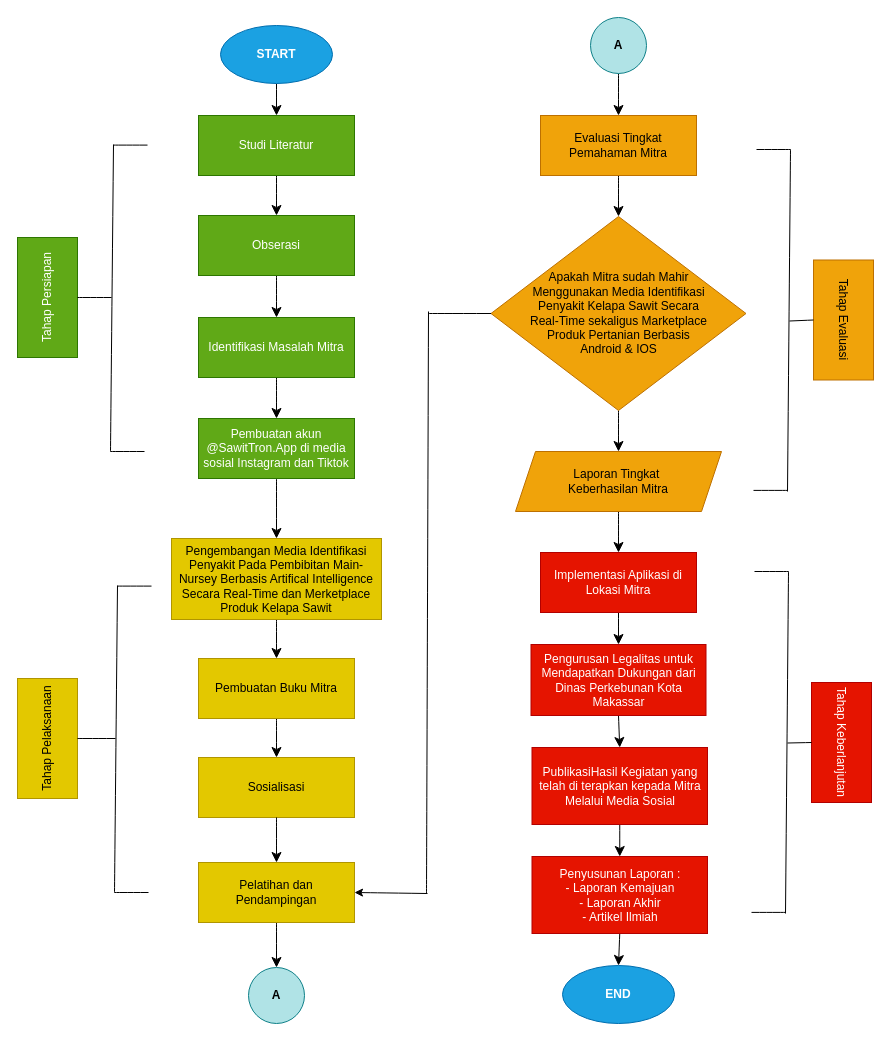
Earlier version of the draw.io diagram Metode Riset.drawio (NahwaKakaa/Draw.Io). Source tidied: cells renumbered, new cells numbered last; positions are measured from the earlier drawing's top-left corner, leaving out a move shared by most shapes. Both pictures are drawn from the tidied source at 100%, with x=0, y=0 at pixel (-13, 17).
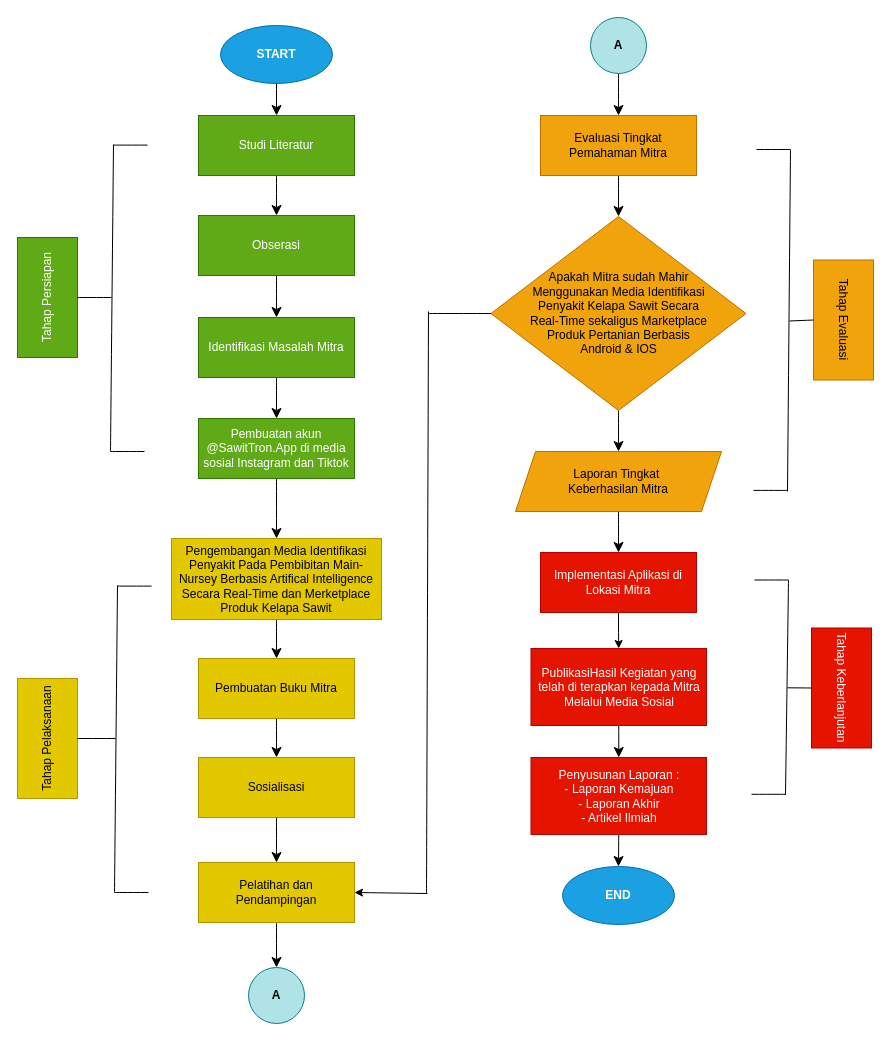
The same diagram, later.

The change refers to these unchanged cells:
```xml
<mxCell id="41" value="&lt;p&gt;Implementasi Aplikasi di Lokasi Mitra&lt;/p&gt;" style="rounded=0;whiteSpace=wrap;html=1;fillColor=#e51400;fontColor=#ffffff;strokeColor=#B20000;" parent="1" vertex="1">
  <mxGeometry x="553" y="535" width="156" height="60" as="geometry" />
</mxCell>
```

Change to the diagram source:
```diff
@@
-    <mxCell id="40" style="edgeStyle=none;curved=1;rounded=0;jettySize=auto;html=1;exitX=0.5;exitY=1;exitDx=0;exitDy=0;entryX=0.5;entryY=0;entryDx=0;entryDy=0;fontSize=12;startSize=8;endSize=8;" parent="1" edge="1" source="41" target="45">
-      <mxGeometry relative="1" as="geometry" />
-    </mxCell>
+    <mxCell id="65" style="edgeStyle=orthogonalEdgeStyle;rounded=0;jettySize=auto;html=1;" parent="1" edge="1" source="41" target="43">
+      <mxGeometry relative="1" as="geometry" />
+    </mxCell>
@@
     <mxCell id="43" value="&lt;p&gt;PublikasiHasil Kegiatan yang telah di terapkan kepada Mitra Melalui Media Sosial&lt;/p&gt;" style="rounded=0;whiteSpace=wrap;html=1;fillColor=#e51400;fontColor=#ffffff;strokeColor=#B20000;" parent="1" vertex="1">
-      <mxGeometry x="544.5" y="730" width="175.5" height="77" as="geometry" />
+      <mxGeometry x="543.5" y="631" width="175.5" height="77" as="geometry" />
     </mxCell>
-    <mxCell id="44" style="edgeStyle=none;curved=1;rounded=0;jettySize=auto;html=1;exitX=0.5;exitY=1;exitDx=0;exitDy=0;entryX=0.5;entryY=0;entryDx=0;entryDy=0;fontSize=12;startSize=8;endSize=8;" parent="1" edge="1" source="45" target="43">
-      <mxGeometry relative="1" as="geometry" />
-    </mxCell>
-    <mxCell id="45" value="&lt;p&gt;Pengurusan Legalitas untuk Mendapatkan Dukungan dari Dinas Perkebunan Kota Makassar&lt;/p&gt;" style="rounded=0;whiteSpace=wrap;html=1;fillColor=#e51400;fontColor=#ffffff;strokeColor=#B20000;" parent="1" vertex="1">
-      <mxGeometry x="543.5" y="627" width="175" height="71" as="geometry" />
-    </mxCell>
@@
     <mxCell id="47" value="&lt;p&gt;&lt;font style=&quot;color: rgb(255, 255, 255);&quot;&gt;Penyusunan Laporan :&lt;br&gt;&lt;/font&gt;&lt;font style=&quot;color: rgb(255, 255, 255);&quot;&gt;&lt;span style=&quot;background-color: transparent; font-weight: normal;&quot;&gt;- Laporan Kemajuan&lt;br&gt;&lt;/span&gt;&lt;/font&gt;&lt;font style=&quot;color: rgb(255, 255, 255);&quot;&gt;&lt;span style=&quot;background-color: transparent; font-weight: normal;&quot;&gt;- Laporan Akhir&lt;br&gt;&lt;/span&gt;&lt;/font&gt;&lt;font style=&quot;color: rgb(255, 255, 255);&quot;&gt;&lt;span style=&quot;background-color: transparent; font-weight: normal;&quot;&gt;- Artikel Ilmiah&lt;/span&gt;&lt;/font&gt;&lt;/p&gt;" style="rounded=0;whiteSpace=wrap;html=1;align=center;fillColor=#e51400;fontColor=#ffffff;strokeColor=#B20000;" parent="1" vertex="1">
-      <mxGeometry x="544.5" y="839" width="175.5" height="77" as="geometry" />
+      <mxGeometry x="543.5" y="740" width="175.5" height="77" as="geometry" />
     </mxCell>
     <mxCell id="48" value="&lt;h4&gt;&lt;font&gt;END&lt;/font&gt;&lt;/h4&gt;" style="ellipse;whiteSpace=wrap;html=1;fillColor=#1ba1e2;fontColor=#ffffff;strokeColor=#006EAF;" parent="1" vertex="1">
-      <mxGeometry x="575" y="948" width="112" height="58" as="geometry" />
+      <mxGeometry x="575" y="849" width="112" height="58" as="geometry" />
     </mxCell>
@@
     <mxCell id="50" value="Tahap Keberlanjutan" style="rounded=0;whiteSpace=wrap;html=1;rotation=90;fillColor=#e51400;fontColor=#ffffff;strokeColor=#B20000;" parent="1" vertex="1">
-      <mxGeometry x="794" y="695" width="120" height="60" as="geometry" />
+      <mxGeometry x="794" y="640.5" width="120" height="60" as="geometry" />
     </mxCell>
     <mxCell id="51" style="group;rotation=-180;" parent="1" vertex="1">
-      <mxGeometry x="764" y="515" width="37" height="342" as="geometry" />
+      <mxGeometry x="764" y="627" width="37" height="215" as="geometry" />
     </mxCell>
     <mxCell id="52" style="endArrow=none;html=1;rounded=0;fontSize=12;startSize=8;endSize=8;curved=1;exitX=0.5;exitY=1;exitDx=0;exitDy=0;" parent="51" edge="1" source="50">
       <mxGeometry relative="1" as="geometry">
-        <mxPoint x="36" y="210.5" as="targetPoint" />
+        <mxPoint x="36" y="43.3" as="targetPoint" />
       </mxGeometry>
     </mxCell>
     <mxCell id="53" style="endArrow=none;html=1;rounded=0;fontSize=12;startSize=8;endSize=8;curved=1;" parent="51" edge="1">
       <mxGeometry relative="1" as="geometry">
-        <mxPoint x="37" y="39" as="sourcePoint" />
-        <mxPoint x="34" y="381" as="targetPoint" />
+        <mxPoint x="37" y="-64.5" as="sourcePoint" />
+        <mxPoint x="34" y="150.5" as="targetPoint" />
       </mxGeometry>
     </mxCell>
     <mxCell id="54" style="endArrow=none;html=1;rounded=0;fontSize=12;startSize=8;endSize=8;curved=1;exitX=0.5;exitY=1;exitDx=0;exitDy=0;" parent="51" edge="1">
       <mxGeometry relative="1" as="geometry">
-        <mxPoint x="34" y="379.9" as="sourcePoint" />
-        <mxPoint y="379.9" as="targetPoint" />
+        <mxPoint x="34" y="149.8" as="sourcePoint" />
+        <mxPoint y="149.8" as="targetPoint" />
       </mxGeometry>
     </mxCell>
     <mxCell id="55" style="endArrow=none;html=1;rounded=0;fontSize=12;startSize=8;endSize=8;curved=1;exitX=0.5;exitY=1;exitDx=0;exitDy=0;" parent="51" edge="1">
       <mxGeometry relative="1" as="geometry">
-        <mxPoint x="37" y="39" as="sourcePoint" />
-        <mxPoint x="3" y="39" as="targetPoint" />
+        <mxPoint x="37" y="-64.5" as="sourcePoint" />
+        <mxPoint x="3" y="-64.5" as="targetPoint" />
       </mxGeometry>
     </mxCell>
```
